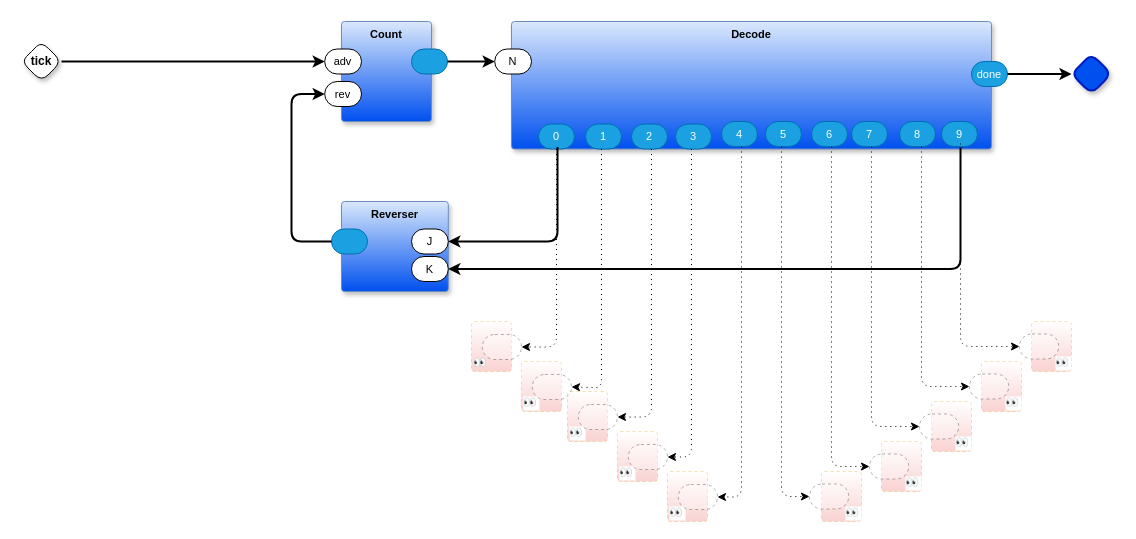
This is page "Larsen" (2 of 2) of larsen/scanner3/scanner3.drawio from guitarvydas/pong1d, a draw.io file, before an edit. Source tidied: cells renumbered, new cells numbered last; positions are measured from the earlier drawing's top-left corner, leaving out a move shared by most shapes. Both pictures are drawn from the tidied source at 100%, with x=0, y=0 at pixel (21, 21).
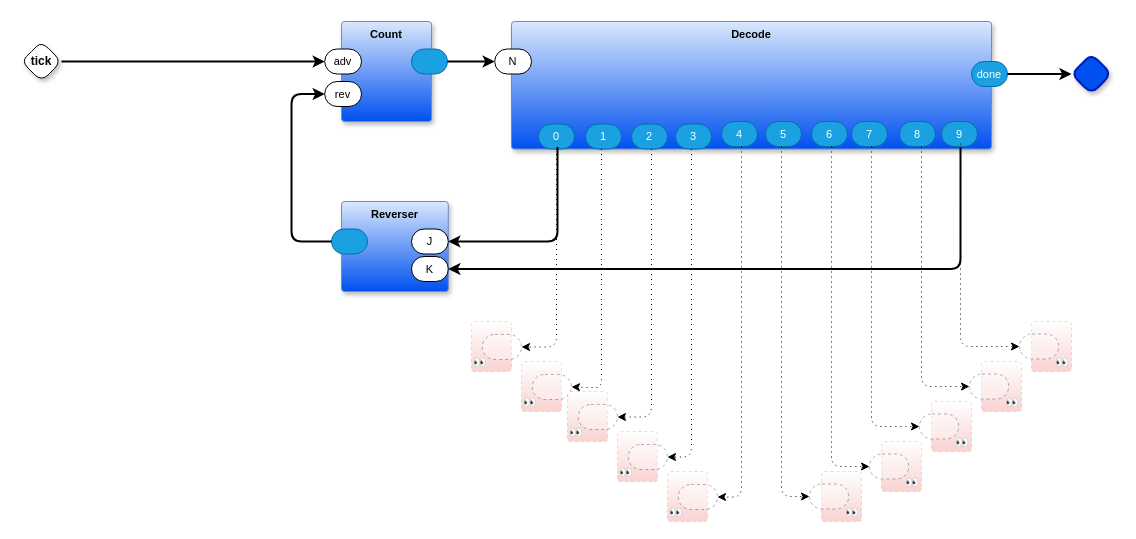
Above is the later version.

Change to the diagram source:
```diff
@@
-    <mxCell id="29" value="👀" style="rounded=1;sketch=0;verticalAlign=bottom;arcSize=6;fontStyle=0;absoluteArcSize=1;shadow=0;strokeColor=#d79b00;fillColor=#FFFFFF;fontFamily=Helvetica;fontSize=11;dashed=1;opacity=30;align=right;gradientColor=#EA6B66;fontColor=default;labelBackgroundColor=default;" parent="1" vertex="1">
+    <mxCell id="29" value="👀" style="rounded=1;sketch=0;verticalAlign=bottom;arcSize=6;fontStyle=0;absoluteArcSize=1;shadow=0;strokeColor=#d79b00;fillColor=#FFFFFF;fontFamily=Helvetica;fontSize=11;dashed=1;opacity=30;align=right;gradientColor=#EA6B66;fontColor=default;labelBackgroundColor=none;" parent="1" vertex="1">
       <mxGeometry x="1010" y="300" width="40" height="50" as="geometry" />
     </mxCell>
@@
-    <mxCell id="32" value="👀" style="rounded=1;sketch=0;verticalAlign=bottom;arcSize=6;fontStyle=0;absoluteArcSize=1;shadow=0;strokeColor=#d79b00;fillColor=#FFFFFF;fontFamily=Helvetica;fontSize=11;dashed=1;opacity=30;align=right;gradientColor=#EA6B66;fontColor=default;labelBackgroundColor=default;" parent="1" vertex="1">
+    <mxCell id="32" value="👀" style="rounded=1;sketch=0;verticalAlign=bottom;arcSize=6;fontStyle=0;absoluteArcSize=1;shadow=0;strokeColor=#d79b00;fillColor=#FFFFFF;fontFamily=Helvetica;fontSize=11;dashed=1;opacity=30;align=right;gradientColor=#EA6B66;fontColor=default;labelBackgroundColor=none;" parent="1" vertex="1">
       <mxGeometry x="960" y="340" width="40" height="50" as="geometry" />
     </mxCell>
@@
-    <mxCell id="34" value="👀" style="rounded=1;sketch=0;verticalAlign=bottom;arcSize=6;fontStyle=0;absoluteArcSize=1;shadow=0;strokeColor=#d79b00;fillColor=#FFFFFF;fontFamily=Helvetica;fontSize=11;dashed=1;opacity=30;align=right;gradientColor=#EA6B66;fontColor=default;labelBackgroundColor=default;" parent="1" vertex="1">
+    <mxCell id="34" value="👀" style="rounded=1;sketch=0;verticalAlign=bottom;arcSize=6;fontStyle=0;absoluteArcSize=1;shadow=0;strokeColor=#d79b00;fillColor=#FFFFFF;fontFamily=Helvetica;fontSize=11;dashed=1;opacity=30;align=right;gradientColor=#EA6B66;fontColor=default;labelBackgroundColor=none;" parent="1" vertex="1">
       <mxGeometry x="910" y="380" width="40" height="50" as="geometry" />
     </mxCell>
@@
-    <mxCell id="36" value="👀" style="rounded=1;sketch=0;verticalAlign=bottom;arcSize=6;fontStyle=0;absoluteArcSize=1;shadow=0;strokeColor=#d79b00;fillColor=#FFFFFF;fontFamily=Helvetica;fontSize=11;dashed=1;opacity=30;align=right;gradientColor=#EA6B66;fontColor=default;labelBackgroundColor=default;" parent="1" vertex="1">
+    <mxCell id="36" value="👀" style="rounded=1;sketch=0;verticalAlign=bottom;arcSize=6;fontStyle=0;absoluteArcSize=1;shadow=0;strokeColor=#d79b00;fillColor=#FFFFFF;fontFamily=Helvetica;fontSize=11;dashed=1;opacity=30;align=right;gradientColor=#EA6B66;fontColor=default;labelBackgroundColor=none;" parent="1" vertex="1">
       <mxGeometry x="860" y="420" width="40" height="50" as="geometry" />
     </mxCell>
@@
-    <mxCell id="38" value="👀" style="rounded=1;sketch=0;verticalAlign=bottom;arcSize=6;fontStyle=0;absoluteArcSize=1;shadow=0;strokeColor=#d79b00;fillColor=#FFFFFF;fontFamily=Helvetica;fontSize=11;dashed=1;opacity=30;align=right;gradientColor=#EA6B66;fontColor=default;labelBackgroundColor=default;" parent="1" vertex="1">
+    <mxCell id="38" value="👀" style="rounded=1;sketch=0;verticalAlign=bottom;arcSize=6;fontStyle=0;absoluteArcSize=1;shadow=0;strokeColor=#d79b00;fillColor=#FFFFFF;fontFamily=Helvetica;fontSize=11;dashed=1;opacity=30;align=right;gradientColor=#EA6B66;fontColor=default;labelBackgroundColor=none;" parent="1" vertex="1">
       <mxGeometry x="800" y="450" width="40" height="50" as="geometry" />
     </mxCell>
@@
-    <mxCell id="46" value="👀" style="rounded=1;sketch=0;verticalAlign=bottom;arcSize=6;fontStyle=0;absoluteArcSize=1;shadow=0;strokeColor=#d79b00;fillColor=#FFFFFF;fontFamily=Helvetica;fontSize=11;dashed=1;opacity=30;align=left;gradientColor=#EA6B66;fontColor=default;labelBackgroundColor=default;" parent="1" vertex="1">
+    <mxCell id="46" value="👀" style="rounded=1;sketch=0;verticalAlign=bottom;arcSize=6;fontStyle=0;absoluteArcSize=1;shadow=0;strokeColor=#d79b00;fillColor=#FFFFFF;fontFamily=Helvetica;fontSize=11;dashed=1;opacity=30;align=left;gradientColor=#EA6B66;fontColor=default;labelBackgroundColor=none;" parent="1" vertex="1">
       <mxGeometry x="500" y="340" width="40" height="50" as="geometry" />
     </mxCell>
@@
-    <mxCell id="48" value="👀" style="rounded=1;sketch=0;verticalAlign=bottom;arcSize=6;fontStyle=0;absoluteArcSize=1;shadow=0;strokeColor=#d79b00;fillColor=#FFFFFF;fontFamily=Helvetica;fontSize=11;dashed=1;opacity=30;align=left;gradientColor=#EA6B66;fontColor=default;labelBackgroundColor=default;" parent="1" vertex="1">
+    <mxCell id="48" value="👀" style="rounded=1;sketch=0;verticalAlign=bottom;arcSize=6;fontStyle=0;absoluteArcSize=1;shadow=0;strokeColor=#d79b00;fillColor=#FFFFFF;fontFamily=Helvetica;fontSize=11;dashed=1;opacity=30;align=left;gradientColor=#EA6B66;fontColor=default;labelBackgroundColor=none;" parent="1" vertex="1">
       <mxGeometry x="546" y="370" width="40" height="50" as="geometry" />
     </mxCell>
@@
-    <mxCell id="50" value="👀" style="rounded=1;sketch=0;verticalAlign=bottom;arcSize=6;fontStyle=0;absoluteArcSize=1;shadow=0;strokeColor=#d79b00;fillColor=#FFFFFF;fontFamily=Helvetica;fontSize=11;dashed=1;opacity=30;align=left;gradientColor=#EA6B66;fontColor=default;labelBackgroundColor=default;" parent="1" vertex="1">
+    <mxCell id="50" value="👀" style="rounded=1;sketch=0;verticalAlign=bottom;arcSize=6;fontStyle=0;absoluteArcSize=1;shadow=0;strokeColor=#d79b00;fillColor=#FFFFFF;fontFamily=Helvetica;fontSize=11;dashed=1;opacity=30;align=left;gradientColor=#EA6B66;fontColor=default;labelBackgroundColor=none;" parent="1" vertex="1">
       <mxGeometry x="596" y="410" width="40" height="50" as="geometry" />
     </mxCell>
@@
-    <mxCell id="52" value="👀" style="rounded=1;sketch=0;verticalAlign=bottom;arcSize=6;fontStyle=0;absoluteArcSize=1;shadow=0;strokeColor=#d79b00;fillColor=#FFFFFF;fontFamily=Helvetica;fontSize=11;dashed=1;opacity=30;align=left;gradientColor=#EA6B66;fontColor=default;labelBackgroundColor=default;" parent="1" vertex="1">
+    <mxCell id="52" value="👀" style="rounded=1;sketch=0;verticalAlign=bottom;arcSize=6;fontStyle=0;absoluteArcSize=1;shadow=0;strokeColor=#d79b00;fillColor=#FFFFFF;fontFamily=Helvetica;fontSize=11;dashed=1;opacity=30;align=left;gradientColor=#EA6B66;fontColor=default;labelBackgroundColor=none;" parent="1" vertex="1">
       <mxGeometry x="646" y="450" width="40" height="50" as="geometry" />
     </mxCell>
```
